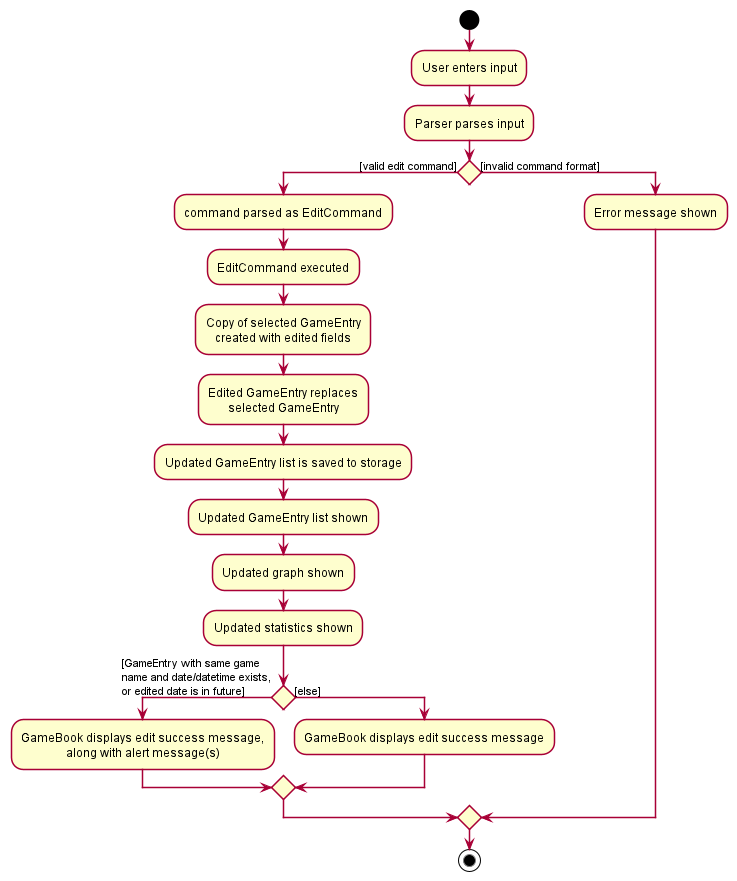
Before: docs/images/EditActivityDiagram.png, a diagram exported from PlantUML (yzhilong/tp).
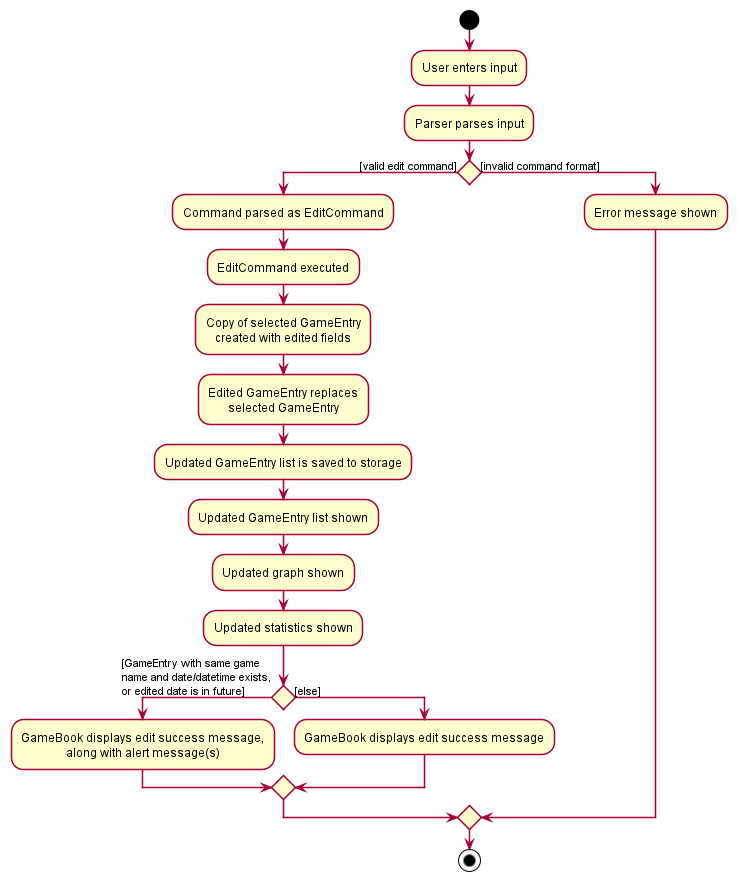
The same file after the commit.

What changed in the source:
```diff
@@ -4,7 +4,7 @@
 :User enters input;
 :Parser parses input;
 if () then ([valid edit command])
-:command parsed as EditCommand;
+:Command parsed as EditCommand;
 :EditCommand executed;
 :Copy of selected GameEntry
 created with edited fields;
```
